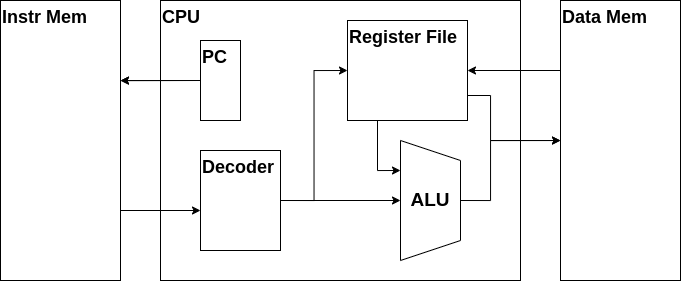
Earlier version of the draw.io export images/LetsMakeCPU/computer_abst.png (Cra2yPierr0t/Cra2yPierr0t.github.io). Source tidied: cells renumbered, new cells last; positions are measured from the earlier drawing's top-left corner, leaving out a move shared by most shapes.
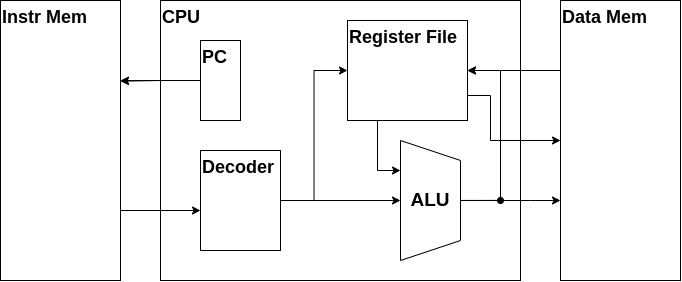
After the change.

Commit message:
update computer pic

Diff of the diagram source:
```diff
@@ -37,6 +37,11 @@
     <mxCell id="11" style="shape=trapezoid;perimeter=trapezoidPerimeter;whiteSpace=wrap;html=1;fixedSize=1;fontSize=18;fontStyle=1;rotation=90;" parent="10" vertex="1">
       <mxGeometry x="-30" y="30" width="120" height="60" as="geometry" />
     </mxCell>
+    <mxCell id="20" style="edgeStyle=orthogonalEdgeStyle;rounded=0;jettySize=auto;html=1;exitX=1;exitY=0.5;exitDx=0;exitDy=0;endArrow=oval;endFill=1;" parent="10" edge="1" source="12">
+      <mxGeometry relative="1" as="geometry">
+        <mxPoint x="100" y="60" as="targetPoint" />
+      </mxGeometry>
+    </mxCell>
     <mxCell id="12" value="ALU" style="text;html=1;strokeColor=none;fillColor=none;align=center;verticalAlign=middle;whiteSpace=wrap;rounded=0;fontStyle=1;fontSize=19;" parent="10" vertex="1">
       <mxGeometry y="45" width="60" height="30" as="geometry" />
     </mxCell>
@@ -61,10 +66,19 @@
     <mxCell id="19" style="edgeStyle=orthogonalEdgeStyle;rounded=0;jettySize=auto;html=1;exitX=1;exitY=0.5;exitDx=0;exitDy=0;" parent="1" edge="1" source="12" target="6">
       <mxGeometry relative="1" as="geometry">
         <Array as="points">
-          <mxPoint x="490" y="200" />
-          <mxPoint x="490" y="140" />
+          <mxPoint x="530" y="200" />
+          <mxPoint x="530" y="200" />
         </Array>
       </mxGeometry>
     </mxCell>
+    <mxCell id="21" style="edgeStyle=orthogonalEdgeStyle;rounded=0;jettySize=auto;html=1;exitX=1;exitY=0.5;exitDx=0;exitDy=0;entryX=1;entryY=0.5;entryDx=0;entryDy=0;" parent="1" edge="1" target="9">
+      <mxGeometry relative="1" as="geometry">
+        <mxPoint x="460" y="199.9" as="sourcePoint" />
+        <Array as="points">
+          <mxPoint x="500" y="200" />
+          <mxPoint x="500" y="70" />
+        </Array>
+      </mxGeometry>
+    </mxCell>
   </root>
 </mxGraphModel>
```
